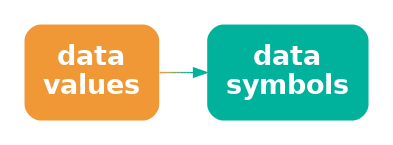
This is Diagrams/data-sym.png from pmur002/hdvw, a Graphviz export, as it was before one commit. Its source is kept beside it as Diagrams/data-sym.dot.
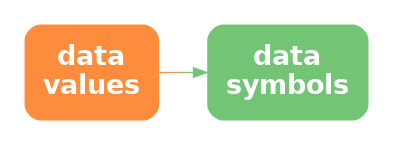
The same file after the commit.

Diff of the diagram source:
```diff
@@ -1,8 +1,8 @@
 digraph {
   graph [ rankdir=LR; margin=.2; nodesep=.5 ];
   node [ fontsize=20; fontname="sans bold"; margin=.2 ];
-  data [ label="data\nvalues"; shape=box; style="filled, rounded"; penwidth=0; fontcolor=white; fillcolor="#F09736" ]
+  data [ label="data\nvalues"; shape=box; style="filled, rounded"; penwidth=0; fontcolor=white; fillcolor="#FD8D3C" ]
   sym [ label="data\nsymbols"; shape=box;
-     style="filled, rounded"; penwidth=0; fontcolor=white; fillcolor="#00B19B" ]
-  data -> sym [ color="#F09736;0.1:#D59A41;0.1:#BB9D4C;0.1:#A0A058;0.1:#85A363;0.1:#6BA56E;0.1:#50A879;0.1:#35AB85;0.1:#1BAE90;0.1:#00B19B;0.1" ]
+     style="filled, rounded"; penwidth=0; fontcolor=white; fillcolor="#74C476" ]
+  data -> sym [ color="#FD8D3C;0.1:#EE9342;0.1:#DF9949;0.1:#CF9F4F;0.1:#C0A556;0.1:#B1AC5C;0.1:#A2B263;0.1:#92B869;0.1:#83BE70;0.1:#74C476;0.1" ]
 }
```
